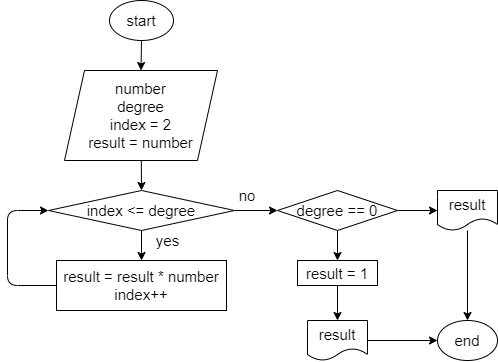
This is Sem4Task25/Task25.drawio.png from GeorgeSaltykov/Homework, a draw.io export, as it was before one commit. Source tidied: cells renumbered, new cells last; positions are measured from the earlier drawing's top-left corner, leaving out a move shared by most shapes.
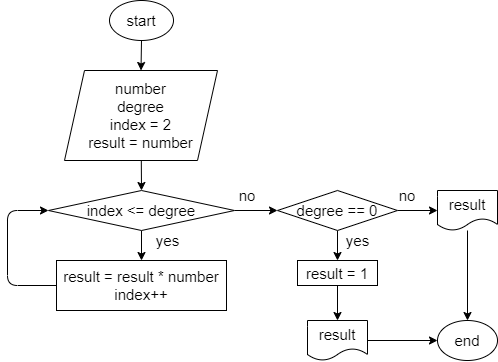
After the change.

What changed in the source:
```diff
@@ -70,5 +70,11 @@
     <mxCell id="22" value="result" style="shape=document;whiteSpace=wrap;html=1;boundedLbl=1;fontSize=15;" parent="1" vertex="1">
       <mxGeometry x="300" y="320" width="60" height="40" as="geometry" />
     </mxCell>
+    <mxCell id="23" value="yes" style="text;html=1;align=center;verticalAlign=middle;strokeColor=none;fillColor=none;fontSize=15;" parent="1" vertex="1">
+      <mxGeometry x="330" y="230" width="40" height="20" as="geometry" />
+    </mxCell>
+    <mxCell id="24" value="no" style="text;html=1;strokeColor=none;fillColor=none;align=center;verticalAlign=middle;whiteSpace=wrap;rounded=0;fontSize=15;" parent="1" vertex="1">
+      <mxGeometry x="370" y="180" width="60" height="30" as="geometry" />
+    </mxCell>
   </root>
 </mxGraphModel>
```
